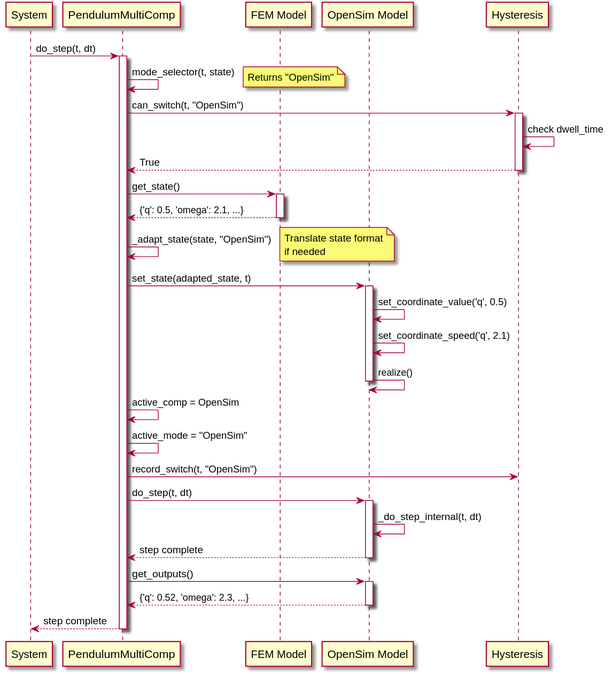
FlorianFrech/SystemSimulation keeps this PlantUML diagram as docs/diagrams/out/MultiComponent_Switching.svg. Above is the earlier version.
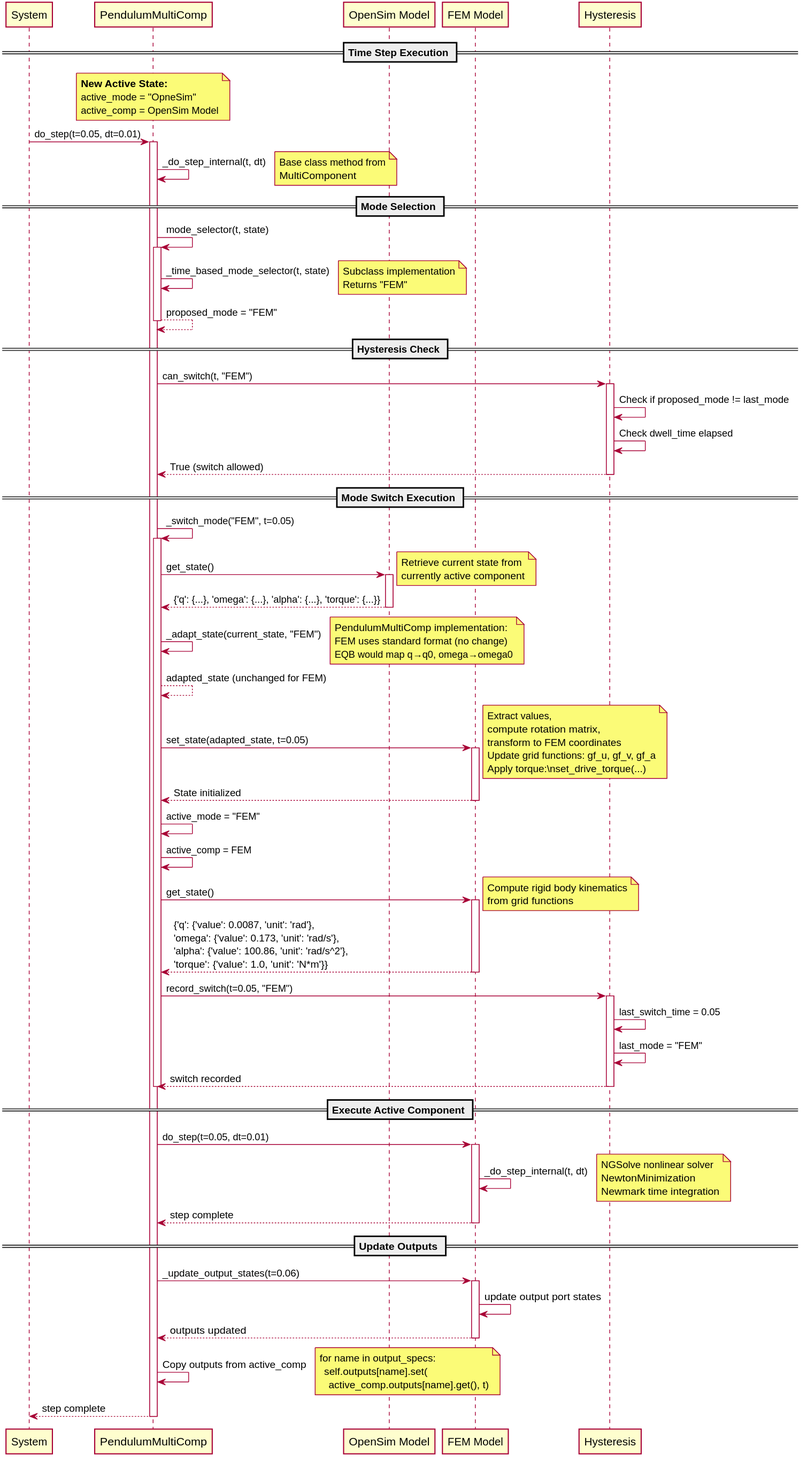
The same file after the commit.

Change to the diagram source:
```diff
@@ -1,53 +1,105 @@
 @startuml MultiComponent_Switching
+
+skinparam backgroundColor white
+skinparam shadowing false
 
 participant System
 participant PendulumMultiComp as Multi
+participant "OpenSim Model" as OpenSim
 participant "FEM Model" as FEM
-participant "OpenSim Model" as OpenSim
 participant Hysteresis
 
-System -> Multi: do_step(t, dt)
+== Time Step Execution ==
+note over Multi
+  **New Active State:**
+  active_mode = "OpneSim"
+  active_comp = OpenSim Model
+end note
+System -> Multi: do_step(t=0.05, dt=0.01)
 activate Multi
 
+Multi -> Multi: _do_step_internal(t, dt)
+note right: Base class method from\nMultiComponent
+
+== Mode Selection ==
 Multi -> Multi: mode_selector(t, state)
-note right: Returns "OpenSim"
+activate Multi
+Multi -> Multi: _time_based_mode_selector(t, state)
+note right: Subclass implementation\nReturns "FEM"
 
-Multi -> Hysteresis: can_switch(t, "OpenSim")
+Multi --> Multi: proposed_mode = "FEM"
+deactivate Multi
+
+== Hysteresis Check ==
+Multi -> Hysteresis: can_switch(t, "FEM")
 activate Hysteresis
-Hysteresis -> Hysteresis: check dwell_time
-Hysteresis --> Multi: True
+Hysteresis -> Hysteresis: Check if proposed_mode != last_mode
+Hysteresis -> Hysteresis: Check dwell_time elapsed
+Hysteresis --> Multi: True (switch allowed)
 deactivate Hysteresis
+
+== Mode Switch Execution ==
+Multi -> Multi: _switch_mode("FEM", t=0.05)
+activate Multi
+
+Multi -> OpenSim: get_state()
+Note right: Retrieve current state from\ncurrently active component
+activate OpenSim
+OpenSim --> Multi: {'q': {...}, 'omega': {...}, 'alpha': {...}, 'torque': {...}}
+deactivate OpenSim
+
+Multi -> Multi: _adapt_state(current_state, "FEM")
+note right: PendulumMultiComp implementation:\nFEM uses standard format (no change)\nEQB would map q→q0, omega→omega0
+Multi --> Multi: adapted_state (unchanged for FEM)
+
+Multi -> FEM: set_state(adapted_state, t=0.05)
+activate FEM
+note right
+    Extract values,
+    compute rotation matrix,
+    transform to FEM coordinates
+    Update grid functions: gf_u, gf_v, gf_a
+    Apply torque:\nset_drive_torque(...)
+end note
+
+FEM --> Multi: State initialized
+deactivate FEM
+
+Multi -> Multi: active_mode = "FEM"
+Multi -> Multi: active_comp = FEM
 
 Multi -> FEM: get_state()
 activate FEM
-FEM --> Multi: {'q': 0.5, 'omega': 2.1, ...}
+note right: Compute rigid body kinematics\nfrom grid functions
+FEM --> Multi: {'q': {'value': 0.0087, 'unit': 'rad'},\n'omega': {'value': 0.173, 'unit': 'rad/s'},\n'alpha': {'value': 100.86, 'unit': 'rad/s^2'},\n'torque': {'value': 1.0, 'unit': 'N*m'}}
 deactivate FEM
 
-Multi -> Multi: _adapt_state(state, "OpenSim")
-note right: Translate state format\nif needed
+Multi -> Hysteresis: record_switch(t=0.05, "FEM")
+activate Hysteresis
+Hysteresis -> Hysteresis: last_switch_time = 0.05
+Hysteresis -> Hysteresis: last_mode = "FEM"
+Hysteresis --> Multi: switch recorded
+deactivate Hysteresis
 
-Multi -> OpenSim: set_state(adapted_state, t)
-activate OpenSim
-OpenSim -> OpenSim: set_coordinate_value('q', 0.5)
-OpenSim -> OpenSim: set_coordinate_speed('q', 2.1)
-OpenSim -> OpenSim: realize()
-deactivate OpenSim
+deactivate Multi
 
-Multi -> Multi: active_comp = OpenSim
-Multi -> Multi: active_mode = "OpenSim"
+== Execute Active Component ==
+Multi -> FEM: do_step(t=0.05, dt=0.01)
+activate FEM
+FEM -> FEM: _do_step_internal(t, dt)
+note right: NGSolve nonlinear solver\nNewtonMinimization\nNewmark time integration
+FEM --> Multi: step complete
+deactivate FEM
 
-Multi -> Hysteresis: record_switch(t, "OpenSim")
+== Update Outputs ==
+Multi -> FEM: _update_output_states(t=0.06)
+activate FEM
+FEM -> FEM: update output port states
+FEM --> Multi: outputs updated
+deactivate FEM
 
-Multi -> OpenSim: do_step(t, dt)
-activate OpenSim
-OpenSim -> OpenSim: _do_step_internal(t, dt)
-OpenSim --> Multi: step complete
-deactivate OpenSim
-
-Multi -> OpenSim: get_outputs()
-activate OpenSim
-OpenSim --> Multi: {'q': 0.52, 'omega': 2.3, ...}
-deactivate OpenSim
+Multi -> Multi: Copy outputs from active_comp
+note right: for name in output_specs:\n  self.outputs[name].set(\n    active_comp.outputs[name].get(), t)
 
 Multi --> System: step complete
 deactivate Multi
```
